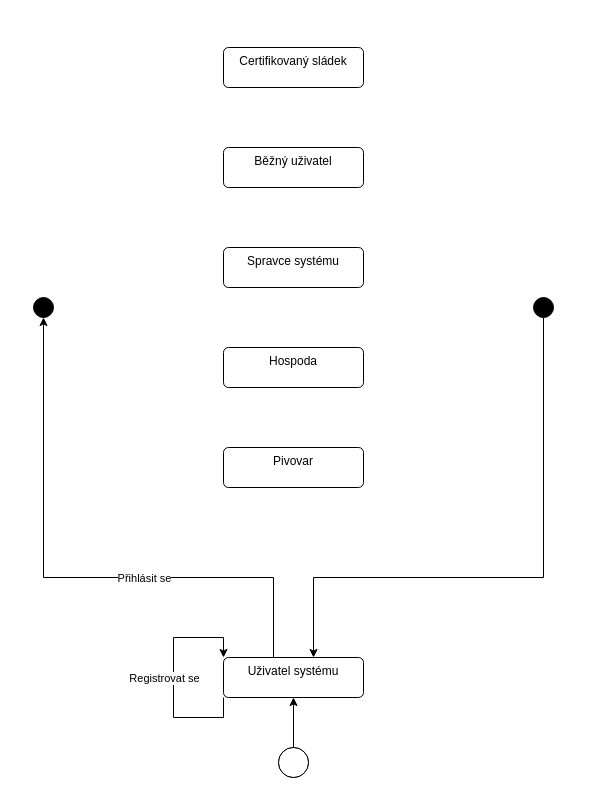
dan1235689/Diagrams keeps this draw.io diagram as IUS/IUS_projekt/Stav-user.drawio. Above is the earlier version. Source tidied: cells renumbered, new cells numbered last; positions are measured from the earlier drawing's top-left corner, leaving out a move shared by most shapes. Both pictures are drawn from the tidied source at 100%, with x=0, y=0 at pixel (33, 47).
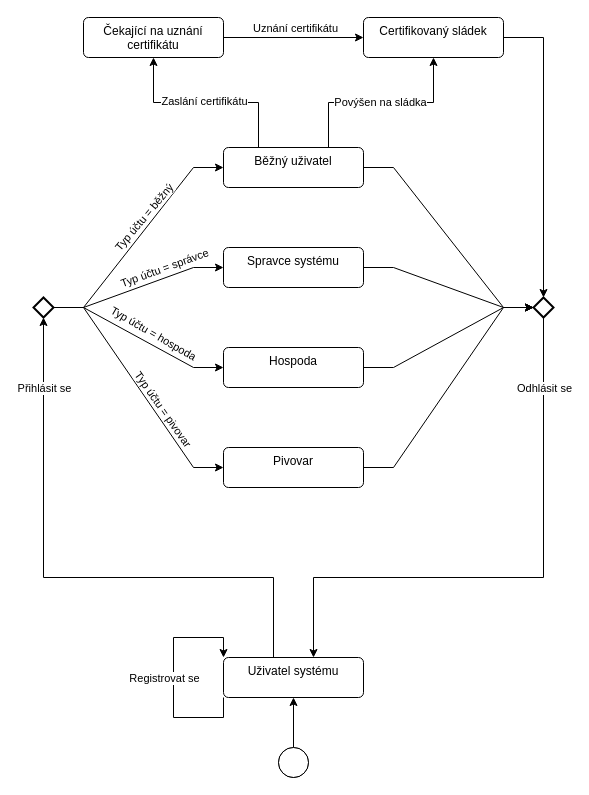
After the change.

The change refers to these unchanged cells:
```xml
<mxCell id="6" value="Uživatel systému" style="html=1;align=center;verticalAlign=top;rounded=1;absoluteArcSize=1;arcSize=10;dashed=0;whiteSpace=wrap;" parent="1" vertex="1">
  <mxGeometry x="190" y="610" width="140" height="40" as="geometry" />
</mxCell>
<mxCell id="10" value="Běžný uživatel" style="html=1;align=center;verticalAlign=top;rounded=1;absoluteArcSize=1;arcSize=10;dashed=0;whiteSpace=wrap;" parent="1" vertex="1">
  <mxGeometry x="190" y="100" width="140" height="40" as="geometry" />
</mxCell>
<mxCell id="11" value="Spravce systému" style="html=1;align=center;verticalAlign=top;rounded=1;absoluteArcSize=1;arcSize=10;dashed=0;whiteSpace=wrap;" parent="1" vertex="1">
  <mxGeometry x="190" y="200" width="140" height="40" as="geometry" />
</mxCell>
<mxCell id="13" value="Pivovar" style="html=1;align=center;verticalAlign=top;rounded=1;absoluteArcSize=1;arcSize=10;dashed=0;whiteSpace=wrap;" parent="1" vertex="1">
  <mxGeometry x="190" y="400" width="140" height="40" as="geometry" />
</mxCell>
<mxCell id="14" value="Hospoda" style="html=1;align=center;verticalAlign=top;rounded=1;absoluteArcSize=1;arcSize=10;dashed=0;whiteSpace=wrap;" parent="1" vertex="1">
  <mxGeometry x="190" y="300" width="140" height="40" as="geometry" />
</mxCell>
```

The edit, as a diff of the source:
```diff
@@
-    <mxCell id="4" style="edgeStyle=orthogonalEdgeStyle;rounded=0;jettySize=auto;html=1;" parent="1" edge="1" source="6" target="17">
+    <mxCell id="4" style="edgeStyle=orthogonalEdgeStyle;rounded=0;jettySize=auto;html=1;" parent="1" edge="1" source="6" target="41">
       <mxGeometry relative="1" as="geometry">
         <Array as="points">
           <mxPoint x="240" y="530" />
           <mxPoint x="10" y="530" />
         </Array>
       </mxGeometry>
     </mxCell>
     <mxCell id="5" value="Přihlásit se" style="edgeLabel;html=1;align=center;verticalAlign=middle;" parent="4" vertex="1">
       <mxGeometry x="-0.05" y="3" relative="1" as="geometry">
-        <mxPoint x="61" y="-3" as="offset" />
+        <mxPoint x="-39" y="-193" as="offset" />
       </mxGeometry>
     </mxCell>
@@
-    <mxCell id="9" style="edgeStyle=orthogonalEdgeStyle;rounded=0;jettySize=auto;html=1;" parent="1" edge="1" source="15" target="6">
+    <mxCell id="9" style="edgeStyle=orthogonalEdgeStyle;rounded=0;jettySize=auto;html=1;" parent="1" edge="1" source="40" target="6">
       <mxGeometry relative="1" as="geometry">
         <Array as="points">
           <mxPoint x="510" y="260" />
           <mxPoint x="510" y="530" />
           <mxPoint x="280" y="530" />
         </Array>
       </mxGeometry>
     </mxCell>
+    <mxCell id="18" style="edgeStyle=entityRelationEdgeStyle;rounded=0;jettySize=auto;html=1;exitX=1;exitY=0.5;exitDx=0;exitDy=0;" parent="1" edge="1" source="10" target="40">
+      <mxGeometry relative="1" as="geometry" />
+    </mxCell>
+    <mxCell id="19" style="edgeStyle=orthogonalEdgeStyle;rounded=0;jettySize=auto;html=1;exitX=0.75;exitY=0;exitDx=0;exitDy=0;" parent="1" edge="1" source="10" target="12">
+      <mxGeometry relative="1" as="geometry" />
+    </mxCell>
+    <mxCell id="20" value="Povýšen na sládka" style="edgeLabel;html=1;align=center;verticalAlign=middle;" parent="19" vertex="1">
+      <mxGeometry x="0.08" y="-1" relative="1" as="geometry">
+        <mxPoint x="-9" y="-2" as="offset" />
+      </mxGeometry>
+    </mxCell>
+    <mxCell id="21" style="edgeStyle=orthogonalEdgeStyle;rounded=0;jettySize=auto;html=1;exitX=0.25;exitY=0;exitDx=0;exitDy=0;" parent="1" edge="1" source="10" target="36">
+      <mxGeometry relative="1" as="geometry" />
+    </mxCell>
+    <mxCell id="22" value="Zaslání certifikátu" style="edgeLabel;html=1;align=center;verticalAlign=middle;" parent="21" vertex="1">
+      <mxGeometry x="-0.02" y="-2" relative="1" as="geometry">
+        <mxPoint x="-4" as="offset" />
+      </mxGeometry>
+    </mxCell>
@@
+    <mxCell id="23" style="edgeStyle=entityRelationEdgeStyle;rounded=0;jettySize=auto;html=1;exitX=1;exitY=0.5;exitDx=0;exitDy=0;" parent="1" edge="1" source="11" target="40">
+      <mxGeometry relative="1" as="geometry" />
+    </mxCell>
@@
     <mxCell id="12" value="Certifikovaný sládek" style="html=1;align=center;verticalAlign=top;rounded=1;absoluteArcSize=1;arcSize=10;dashed=0;whiteSpace=wrap;" parent="1" vertex="1">
-      <mxGeometry x="190" width="140" height="40" as="geometry" />
+      <mxGeometry x="330" y="-30" width="140" height="40" as="geometry" />
     </mxCell>
+    <mxCell id="24" style="edgeStyle=entityRelationEdgeStyle;rounded=0;jettySize=auto;html=1;exitX=1;exitY=0.5;exitDx=0;exitDy=0;" parent="1" edge="1" source="13" target="40">
+      <mxGeometry relative="1" as="geometry" />
+    </mxCell>
@@
+    <mxCell id="25" style="edgeStyle=entityRelationEdgeStyle;rounded=0;jettySize=auto;html=1;exitX=1;exitY=0.5;exitDx=0;exitDy=0;" parent="1" edge="1" source="14" target="40">
+      <mxGeometry relative="1" as="geometry" />
+    </mxCell>
@@
-    <mxCell id="15" style="ellipse;fillColor=strokeColor;html=1;" parent="1" vertex="1">
-      <mxGeometry x="500" y="250" width="20" height="20" as="geometry" />
-    </mxCell>
@@
-    <mxCell id="17" style="ellipse;fillColor=strokeColor;html=1;" parent="1" vertex="1">
-      <mxGeometry y="250" width="20" height="20" as="geometry" />
-    </mxCell>
+    <mxCell id="26" style="edgeStyle=entityRelationEdgeStyle;rounded=0;jettySize=auto;html=1;" parent="1" edge="1" source="41" target="13">
+      <mxGeometry relative="1" as="geometry" />
+    </mxCell>
+    <mxCell id="27" value="Typ účtu = pivovar" style="edgeLabel;html=1;align=center;verticalAlign=middle;rotation=55;" parent="26" vertex="1">
+      <mxGeometry x="0.28" y="1" relative="1" as="geometry">
+        <mxPoint x="4" y="-8" as="offset" />
+      </mxGeometry>
+    </mxCell>
+    <mxCell id="28" style="edgeStyle=entityRelationEdgeStyle;rounded=0;jettySize=auto;html=1;" parent="1" edge="1" source="41" target="14">
+      <mxGeometry relative="1" as="geometry" />
+    </mxCell>
+    <mxCell id="29" value="Typ účtu = hospoda" style="edgeLabel;html=1;align=center;verticalAlign=middle;rotation=30;" parent="28" vertex="1">
+      <mxGeometry x="0.27" y="3" relative="1" as="geometry">
+        <mxPoint x="-9" y="-14" as="offset" />
+      </mxGeometry>
+    </mxCell>
+    <mxCell id="30" style="edgeStyle=entityRelationEdgeStyle;rounded=0;jettySize=auto;html=1;" parent="1" edge="1" source="41" target="11">
+      <mxGeometry relative="1" as="geometry" />
+    </mxCell>
+    <mxCell id="31" value="Typ účtu = správce" style="edgeLabel;html=1;align=center;verticalAlign=middle;rotation=-20;" parent="30" vertex="1">
+      <mxGeometry x="0.22" y="1" relative="1" as="geometry">
+        <mxPoint x="7" y="-12" as="offset" />
+      </mxGeometry>
+    </mxCell>
+    <mxCell id="32" style="edgeStyle=entityRelationEdgeStyle;rounded=0;jettySize=auto;html=1;" parent="1" edge="1" source="41" target="10">
+      <mxGeometry relative="1" as="geometry" />
+    </mxCell>
+    <mxCell id="33" value="Typ účtu = běžný" style="edgeLabel;html=1;align=center;verticalAlign=middle;rotation=-50;" parent="32" vertex="1">
+      <mxGeometry x="0.23" y="-1" relative="1" as="geometry">
+        <mxPoint x="-12" y="1" as="offset" />
+      </mxGeometry>
+    </mxCell>
+    <mxCell id="34" style="edgeStyle=orthogonalEdgeStyle;rounded=0;jettySize=auto;html=1;exitX=1;exitY=0.5;exitDx=0;exitDy=0;" parent="1" edge="1" source="36" target="12">
+      <mxGeometry relative="1" as="geometry" />
+    </mxCell>
+    <mxCell id="35" value="Uznání certifikátu" style="edgeLabel;html=1;align=center;verticalAlign=middle;" parent="34" vertex="1">
+      <mxGeometry x="0.08" relative="1" as="geometry">
+        <mxPoint x="-5" y="-10" as="offset" />
+      </mxGeometry>
+    </mxCell>
+    <mxCell id="36" value="Čekající na uznání certifikátu" style="html=1;align=center;verticalAlign=top;rounded=1;absoluteArcSize=1;arcSize=10;dashed=0;whiteSpace=wrap;" parent="1" vertex="1">
+      <mxGeometry x="50" y="-30" width="140" height="40" as="geometry" />
+    </mxCell>
+    <mxCell id="37" style="edgeStyle=orthogonalEdgeStyle;rounded=0;jettySize=auto;html=1;exitX=1;exitY=0.5;exitDx=0;exitDy=0;" parent="1" edge="1" source="12" target="40">
+      <mxGeometry relative="1" as="geometry" />
+    </mxCell>
+    <mxCell id="38" style="edgeStyle=orthogonalEdgeStyle;rounded=0;jettySize=auto;html=1;" parent="1" edge="1" target="40">
+      <mxGeometry relative="1" as="geometry">
+        <mxPoint x="510" y="270" as="sourcePoint" />
+      </mxGeometry>
+    </mxCell>
+    <mxCell id="39" value="Odhlásit se" style="edgeLabel;html=1;align=center;verticalAlign=middle;" parent="38" vertex="1">
+      <mxGeometry x="-0.69" y="-3" relative="1" as="geometry">
+        <mxPoint x="-3" y="73" as="offset" />
+      </mxGeometry>
+    </mxCell>
+    <mxCell id="40" style="strokeWidth=2;html=1;shape=mxgraph.flowchart.decision;whiteSpace=wrap;" parent="1" vertex="1">
+      <mxGeometry x="500" y="250" width="20" height="20" as="geometry" />
+    </mxCell>
+    <mxCell id="41" style="strokeWidth=2;html=1;shape=mxgraph.flowchart.decision;whiteSpace=wrap;" parent="1" vertex="1">
+      <mxGeometry y="250" width="20" height="20" as="geometry" />
+    </mxCell>
```
